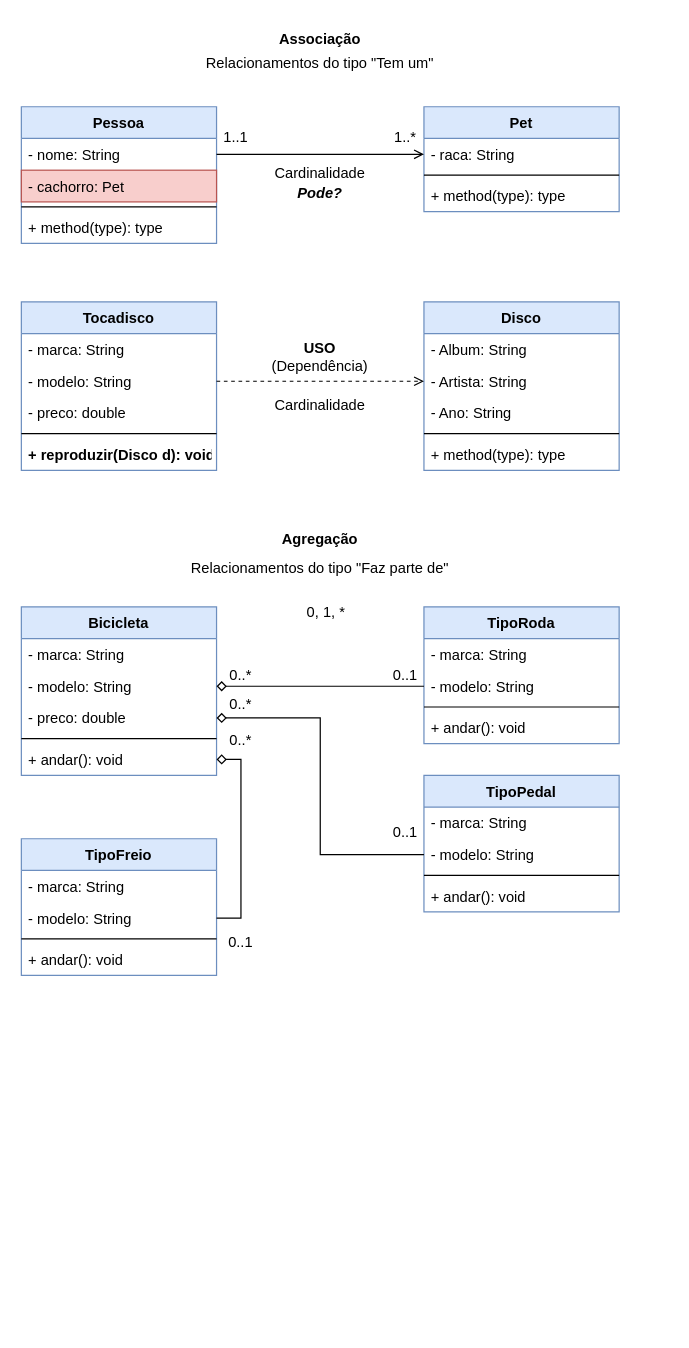
prof-marcelosouza/DH-POO-0522 keeps this draw.io diagram as aula07-diagramaRelacoes/RelacionamentosEntreClasses.drawio. Above is the earlier version. Source tidied: cells renumbered, new cells numbered last; positions are measured from the earlier drawing's top-left corner, leaving out a move shared by most shapes. Both pictures are drawn from the tidied source at 122%, with x=0, y=0 at pixel (21, 21).
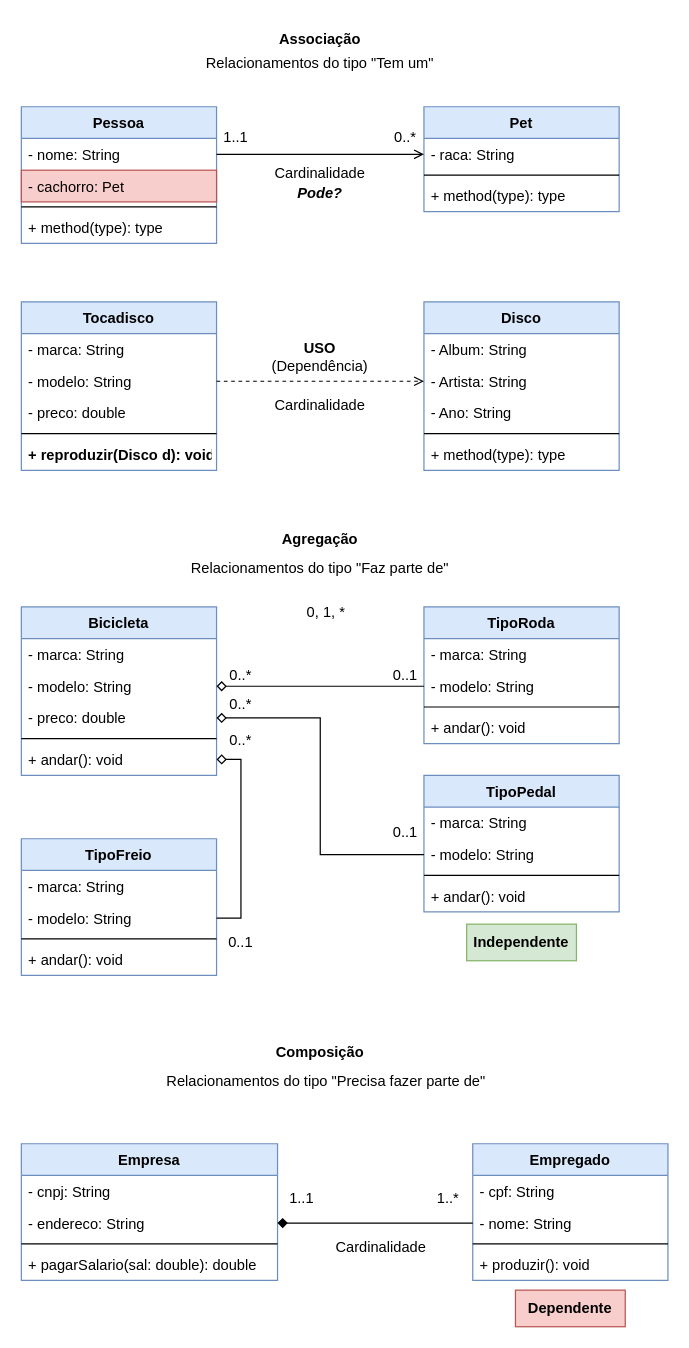
The same page after the edit.

Commit message:
Aula07 - Diagrama UML de Associação e Agregação e implementação no Java.

Diff of the diagram source:
```diff
@@
-    <mxCell id="15" value="1..*" style="text;html=1;strokeColor=none;fillColor=none;align=center;verticalAlign=middle;whiteSpace=wrap;rounded=0;fontStyle=0;" parent="1" vertex="1">
+    <mxCell id="15" value="0..*" style="text;html=1;strokeColor=none;fillColor=none;align=center;verticalAlign=middle;whiteSpace=wrap;rounded=0;fontStyle=0;" parent="1" vertex="1">
       <mxGeometry x="305" y="80" width="20" height="30" as="geometry" />
     </mxCell>
@@
+    <mxCell id="66" value="Composição" style="text;html=1;strokeColor=none;fillColor=none;align=center;verticalAlign=middle;whiteSpace=wrap;rounded=0;fontStyle=1;" parent="1" vertex="1">
+      <mxGeometry x="215" y="830" width="60" height="30" as="geometry" />
+    </mxCell>
+    <mxCell id="67" value="&lt;span style=&quot;font-weight: normal;&quot;&gt;Relacionamentos do tipo &quot;Precisa fazer parte de&quot;&lt;/span&gt;" style="text;html=1;strokeColor=none;fillColor=none;align=center;verticalAlign=middle;whiteSpace=wrap;rounded=0;fontStyle=1;" parent="1" vertex="1">
+      <mxGeometry x="90" y="854" width="320" height="30" as="geometry" />
+    </mxCell>
+    <mxCell id="68" value="Empresa" style="swimlane;fontStyle=1;align=center;verticalAlign=top;horizontal=1;startSize=26;fillColor=#dae8fc;strokeColor=#6c8ebf;" parent="1" vertex="1">
+      <mxGeometry y="920" width="210" height="112" as="geometry" />
+    </mxCell>
+    <mxCell id="69" value="- cnpj: String" style="text;strokeColor=none;fillColor=none;align=left;verticalAlign=top;spacingLeft=4;spacingRight=4;overflow=hidden;" parent="68" vertex="1">
+      <mxGeometry y="26" width="210" height="26" as="geometry" />
+    </mxCell>
+    <mxCell id="70" value="- endereco: String" style="text;strokeColor=none;fillColor=none;align=left;verticalAlign=top;spacingLeft=4;spacingRight=4;overflow=hidden;points=[[0,0.5],[1,0.5]];portConstraint=eastwest;" parent="68" vertex="1">
+      <mxGeometry y="52" width="210" height="26" as="geometry" />
+    </mxCell>
+    <mxCell id="71" style="line;strokeWidth=1;fillColor=none;align=left;verticalAlign=middle;spacingTop=-1;spacingLeft=3;spacingRight=3;labelPosition=right;" parent="68" vertex="1">
+      <mxGeometry y="78" width="210" height="8" as="geometry" />
+    </mxCell>
+    <mxCell id="72" value="+ pagarSalario(sal: double): double" style="text;strokeColor=none;fillColor=none;align=left;verticalAlign=top;spacingLeft=4;spacingRight=4;overflow=hidden;" parent="68" vertex="1">
+      <mxGeometry y="86" width="210" height="26" as="geometry" />
+    </mxCell>
+    <mxCell id="73" value="Empregado" style="swimlane;fontStyle=1;align=center;verticalAlign=top;horizontal=1;startSize=26;fillColor=#dae8fc;strokeColor=#6c8ebf;" parent="1" vertex="1">
+      <mxGeometry x="370" y="920" width="160" height="112" as="geometry" />
+    </mxCell>
+    <mxCell id="74" value="- cpf: String" style="text;strokeColor=none;fillColor=none;align=left;verticalAlign=top;spacingLeft=4;spacingRight=4;overflow=hidden;" parent="73" vertex="1">
+      <mxGeometry y="26" width="160" height="26" as="geometry" />
+    </mxCell>
+    <mxCell id="75" value="- nome: String" style="text;strokeColor=none;fillColor=none;align=left;verticalAlign=top;spacingLeft=4;spacingRight=4;overflow=hidden;points=[[0,0.5],[1,0.5]];portConstraint=eastwest;" parent="73" vertex="1">
+      <mxGeometry y="52" width="160" height="26" as="geometry" />
+    </mxCell>
+    <mxCell id="76" style="line;strokeWidth=1;fillColor=none;align=left;verticalAlign=middle;spacingTop=-1;spacingLeft=3;spacingRight=3;labelPosition=right;" parent="73" vertex="1">
+      <mxGeometry y="78" width="160" height="8" as="geometry" />
+    </mxCell>
+    <mxCell id="77" value="+ produzir(): void" style="text;strokeColor=none;fillColor=none;align=left;verticalAlign=top;spacingLeft=4;spacingRight=4;overflow=hidden;" parent="73" vertex="1">
+      <mxGeometry y="86" width="160" height="26" as="geometry" />
+    </mxCell>
+    <mxCell id="78" style="edgeStyle=orthogonalEdgeStyle;rounded=0;jettySize=auto;html=1;entryX=0;entryY=0.5;entryDx=0;entryDy=0;startArrow=diamond;startFill=1;endArrow=none;endFill=0;" parent="1" edge="1" source="70" target="75">
+      <mxGeometry relative="1" as="geometry" />
+    </mxCell>
+    <mxCell id="79" value="Cardinalidade" style="text;html=1;strokeColor=none;fillColor=none;align=center;verticalAlign=middle;whiteSpace=wrap;rounded=0;fontStyle=0;" parent="1" vertex="1">
+      <mxGeometry x="250" y="990" width="90" height="30" as="geometry" />
+    </mxCell>
+    <mxCell id="80" value="1..1" style="text;html=1;strokeColor=none;fillColor=none;align=center;verticalAlign=middle;whiteSpace=wrap;rounded=0;fontStyle=0;" parent="1" vertex="1">
+      <mxGeometry x="220" y="950" width="20" height="30" as="geometry" />
+    </mxCell>
+    <mxCell id="81" value="1..*" style="text;html=1;strokeColor=none;fillColor=none;align=center;verticalAlign=middle;whiteSpace=wrap;rounded=0;fontStyle=0;" parent="1" vertex="1">
+      <mxGeometry x="340" y="950" width="20" height="30" as="geometry" />
+    </mxCell>
+    <mxCell id="82" value="Dependente" style="text;html=1;strokeColor=#b85450;fillColor=#f8cecc;align=center;verticalAlign=middle;whiteSpace=wrap;rounded=0;fontStyle=1;" parent="1" vertex="1">
+      <mxGeometry x="405" y="1040" width="90" height="30" as="geometry" />
+    </mxCell>
+    <mxCell id="83" value="Independente" style="text;html=1;strokeColor=#82b366;fillColor=#d5e8d4;align=center;verticalAlign=middle;whiteSpace=wrap;rounded=0;fontStyle=1;" parent="1" vertex="1">
+      <mxGeometry x="365" y="740" width="90" height="30" as="geometry" />
+    </mxCell>
```
